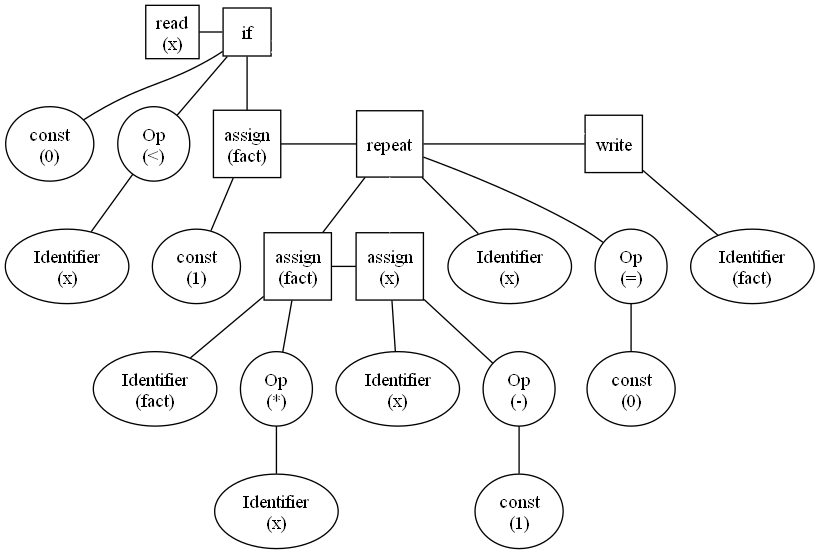
Earlier version of the Graphviz export Syntax-Tree.gv.png (markkashraf/Tiny-language-compiler). Its source is kept beside it as Syntax-Tree.gv.
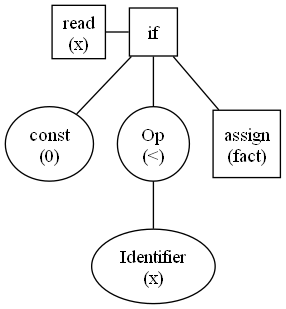
The same file after the commit.

Commit message:
git ignore

What changed in the source:
```diff
@@ -10,55 +10,9 @@
 (x)"]
 	6 [label="assign
 (fact)" shape=square]
-	7 [label="const
-(1)"]
-	8 [label=repeat shape=square]
-	9 [label="assign
-(fact)" shape=square]
-	10 [label="Identifier
-(fact)"]
-	11 [label="Op
-(*)"]
-	12 [label="Identifier
-(x)"]
-	13 [label="assign
-(x)" shape=square]
-	14 [label="Identifier
-(x)"]
-	15 [label="Op
-(-)"]
-	16 [label="const
-(1)"]
-	17 [label="Identifier
-(x)"]
-	18 [label="Op
-(=)"]
-	19 [label="const
-(0)"]
-	20 [label=write shape=square]
-	21 [label="Identifier
-(fact)"]
 	2 -- 3
 	2 -- 4
 	4 -- 5
 	2 -- 6
-	6 -- 7
-	2 -- 8 [color=white style=dashed]
-	8 -- 9
-	9 -- 10
-	9 -- 11
-	11 -- 12
-	8 -- 13 [color=white style=dashed]
-	13 -- 14
-	13 -- 15
-	15 -- 16
-	8 -- 17
-	8 -- 18
-	18 -- 19
-	2 -- 20 [color=white style=dashed]
-	20 -- 21
 	1 -- 2 [constraint=false]
-	6 -- 8 [constraint=false]
-	8 -- 20 [constraint=false]
-	9 -- 13 [constraint=false]
 }
```
